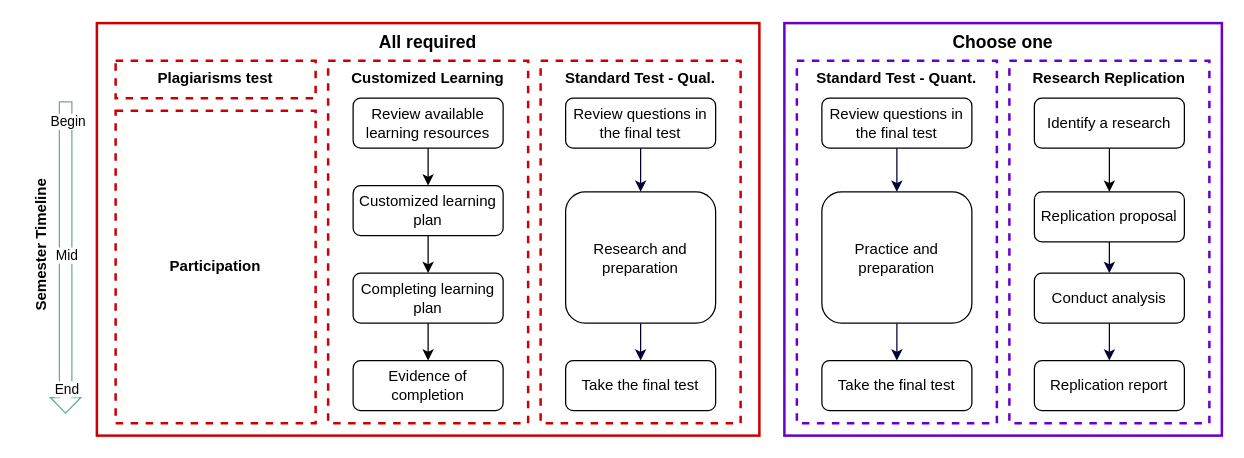
ma-ji/amgps keeps this draw.io diagram as page "assignments" (1 of 2) of assets/structure.drawio. Above is the earlier version. Source tidied: cells renumbered, new cells numbered last; positions are measured from the earlier drawing's top-left corner, leaving out a move shared by most shapes. Both pictures are drawn from the tidied source at 125%, with x=0, y=0 at pixel (-48, 22).
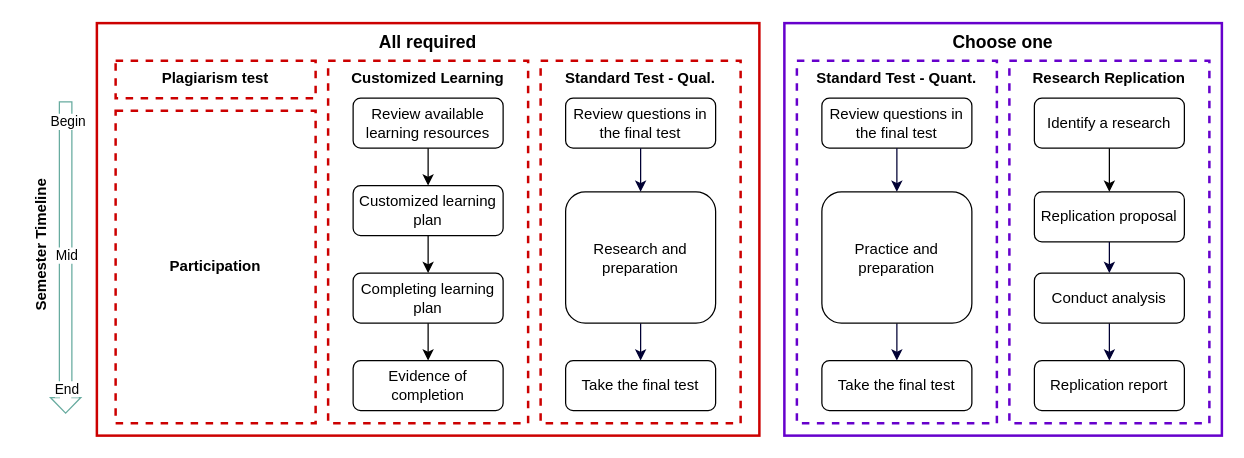
Above is the later version.

Unchanged cells that the change refers to:
```xml
<mxCell id="2" style="group;" parent="1" vertex="1">
  <mxGeometry x="55" width="960" height="330" as="geometry" />
</mxCell>
```

The edit, as a diff of the source:
```diff
@@
-    <mxCell id="38" value="&lt;b&gt;Plagiarisms test&lt;/b&gt;" style="rounded=0;whiteSpace=wrap;html=1;fillColor=none;dashed=1;verticalAlign=top;strokeColor=#CC0000;strokeWidth=2;" parent="2" vertex="1">
+    <mxCell id="38" value="&lt;b&gt;Plagiarism test&lt;/b&gt;" style="rounded=0;whiteSpace=wrap;html=1;fillColor=none;dashed=1;verticalAlign=top;strokeColor=#CC0000;strokeWidth=2;" parent="2" vertex="1">
       <mxGeometry x="75" y="30" width="160" height="30" as="geometry" />
     </mxCell>
```
